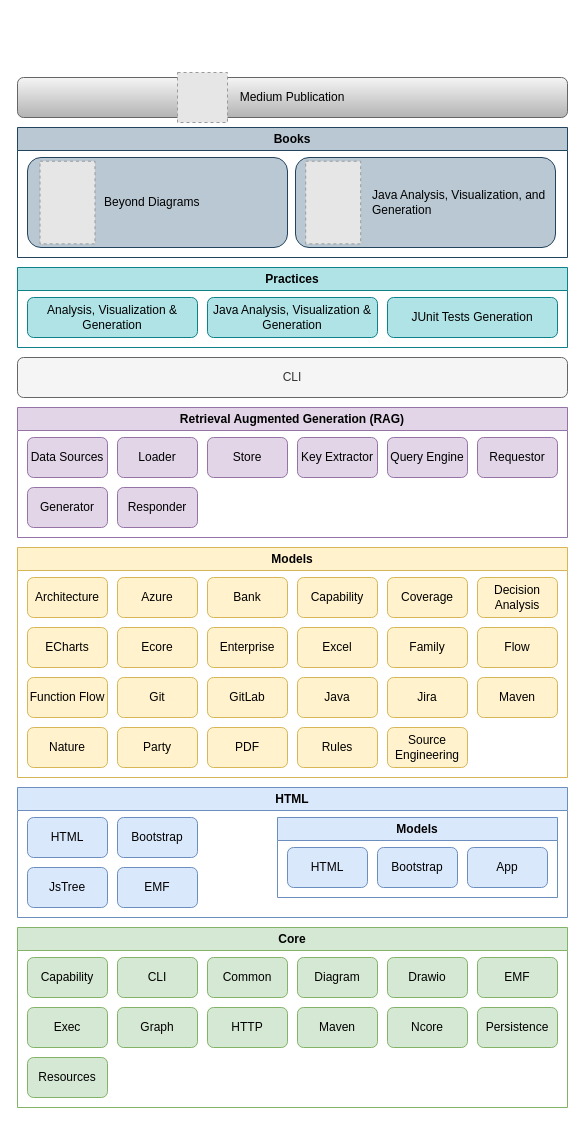
Before: model/nasdanika.drawio in Nasdanika/nasdanika.github.io, a draw.io diagram. Source tidied: cells renumbered, new cells numbered last; positions are measured from the earlier drawing's top-left corner, leaving out a move shared by most shapes. Both pictures are drawn from the tidied source at 100%, with x=0, y=0 at pixel (17, 72). Pictures stored in the file or linked from it are replaced by grey dashed boxes.
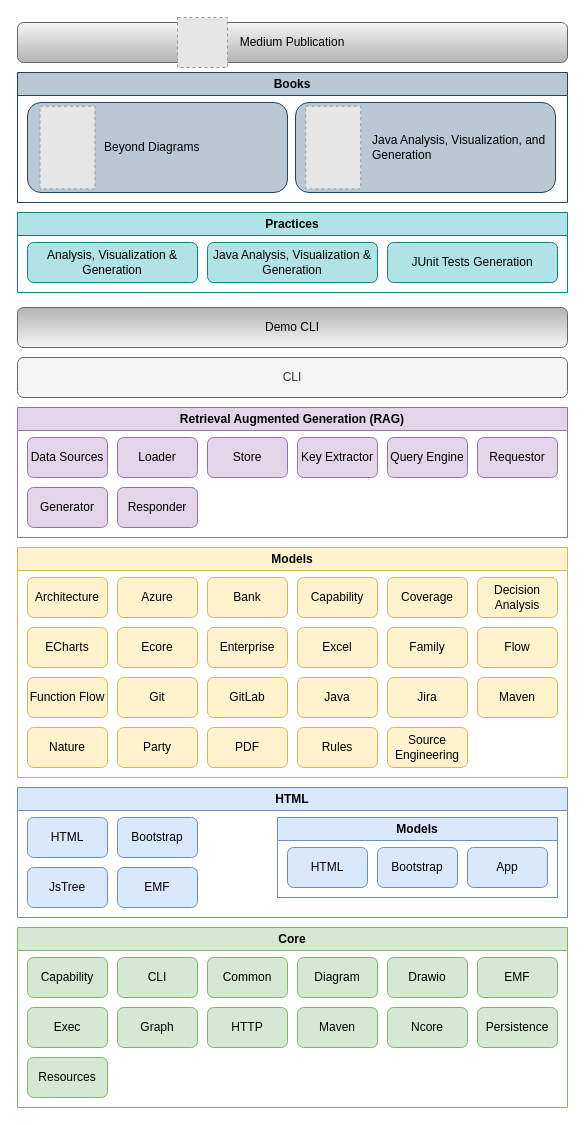
The same page after the edit.

What changed in the source:
```diff
@@
     <mxCell id="58" value="Practices" style="swimlane;whiteSpace=wrap;html=1;fillColor=#b0e3e6;strokeColor=#0e8088;" parent="1" vertex="1">
-      <mxGeometry y="195" width="550" height="80" as="geometry" />
+      <mxGeometry y="140" width="550" height="80" as="geometry" />
     </mxCell>
@@
     <mxCell id="62" value="Books" style="swimlane;whiteSpace=wrap;html=1;fillColor=#bac8d3;strokeColor=#23445d;" parent="1" vertex="1">
-      <mxGeometry y="55" width="550" height="130" as="geometry" />
+      <mxGeometry width="550" height="130" as="geometry" />
     </mxCell>
@@
     <mxCell id="68" value="Medium Publication" style="rounded=1;whiteSpace=wrap;html=1;fillColor=#f5f5f5;strokeColor=#666666;gradientColor=#b3b3b3;" parent="1" vertex="1">
-      <mxGeometry y="5" width="550" height="40" as="geometry" />
+      <mxGeometry y="-50" width="550" height="40" as="geometry" />
     </mxCell>
     <mxCell id="69" style="fillColor=#E6E6E6;strokeColor=#999999;dashed=1;verticalLabelPosition=bottom;labelBackgroundColor=default;verticalAlign=top;" parent="1" vertex="1">
-      <mxGeometry x="160" width="50" height="50" as="geometry" />
+      <mxGeometry x="160" y="-55" width="50" height="50" as="geometry" />
     </mxCell>
+    <mxCell id="70" value="Demo CLI" style="rounded=1;whiteSpace=wrap;html=1;fillColor=#f5f5f5;strokeColor=#666666;gradientColor=#b3b3b3;gradientDirection=north;" parent="1" vertex="1">
+      <mxGeometry y="235" width="550" height="40" as="geometry" />
+    </mxCell>
```
